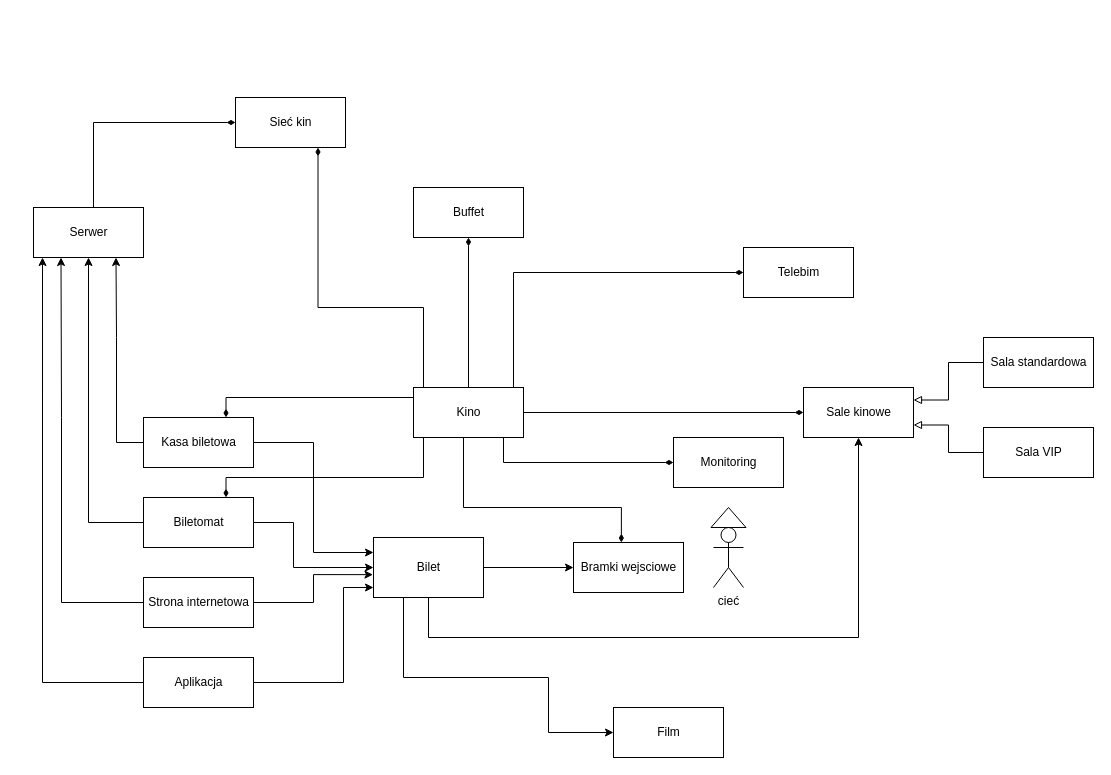
Earlier version of the draw.io diagram Model_otoczenia.drawio (MateuszKochanski/IPR). Source tidied: cells renumbered, new cells numbered last; positions are measured from the earlier drawing's top-left corner, leaving out a move shared by most shapes. Both pictures are drawn from the tidied source at 100%, with x=0, y=0 at pixel (33, 97).
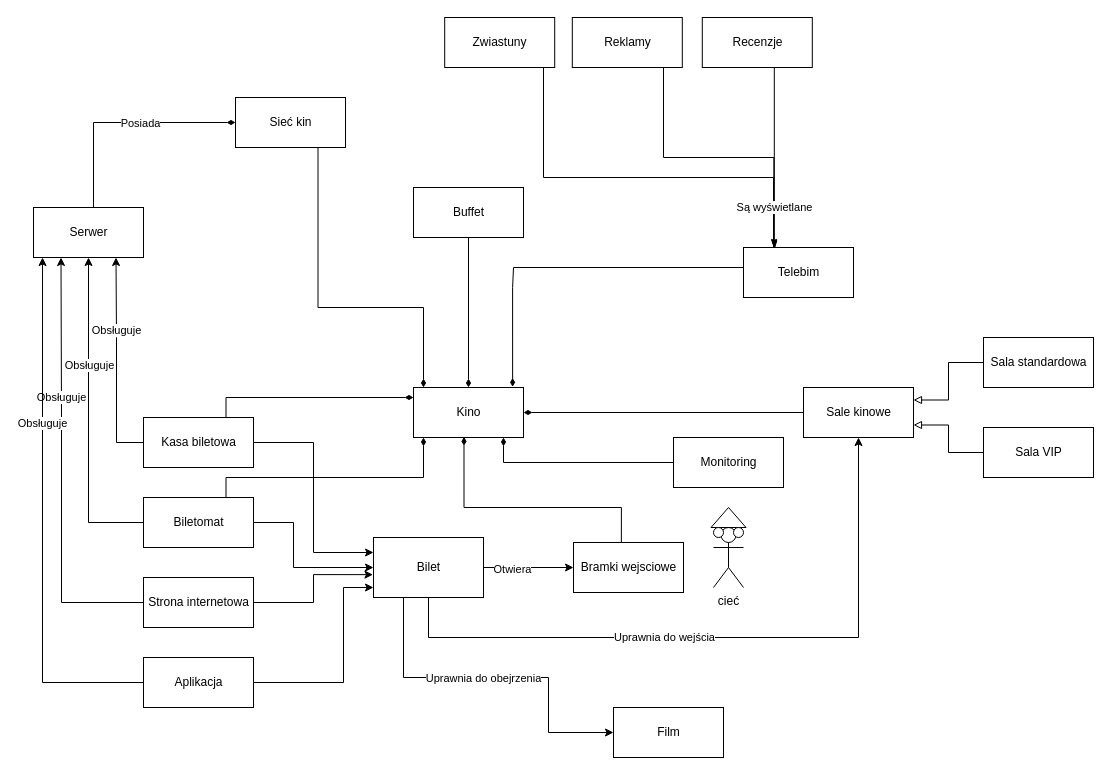
Above is the later version.

Commit message:
dodano napisy + co na telebimie

Unchanged cells that the change refers to:
```xml
<mxCell id="10" value="Kino" style="html=1;" parent="1" vertex="1">
  <mxGeometry x="380" y="290" width="110" height="50" as="geometry" />
</mxCell>
<mxCell id="11" value="Bramki wejsciowe" style="html=1;" parent="1" vertex="1">
  <mxGeometry x="540" y="445" width="110" height="50" as="geometry" />
</mxCell>
<mxCell id="13" style="edgeStyle=orthogonalEdgeStyle;rounded=0;jettySize=auto;html=1;entryX=0.75;entryY=1;entryDx=0;entryDy=0;endArrow=classic;endFill=1;" parent="1" edge="1" source="14" target="32">
  <mxGeometry relative="1" as="geometry">
    <Array as="points">
      <mxPoint x="83" y="345" />
      <mxPoint x="83" y="240" />
    </Array>
  </mxGeometry>
</mxCell>
<mxCell id="14" value="Kasa biletowa" style="html=1;" parent="1" vertex="1">
  <mxGeometry x="110" y="320" width="110" height="50" as="geometry" />
</mxCell>
<mxCell id="16" style="edgeStyle=orthogonalEdgeStyle;rounded=0;jettySize=auto;html=1;entryX=0.5;entryY=1;entryDx=0;entryDy=0;endArrow=classic;endFill=1;" parent="1" edge="1" source="17" target="32">
  <mxGeometry relative="1" as="geometry">
    <Array as="points">
      <mxPoint x="55" y="425" />
    </Array>
  </mxGeometry>
</mxCell>
<mxCell id="17" value="Biletomat" style="html=1;" parent="1" vertex="1">
  <mxGeometry x="110" y="400" width="110" height="50" as="geometry" />
</mxCell>
<mxCell id="18" value="Sale kinowe" style="html=1;" parent="1" vertex="1">
  <mxGeometry x="770" y="290" width="110" height="50" as="geometry" />
</mxCell>
<mxCell id="19" value="Telebim" style="html=1;" parent="1" vertex="1">
  <mxGeometry x="710" y="150" width="110" height="50" as="geometry" />
</mxCell>
<mxCell id="20" value="Monitoring" style="html=1;" parent="1" vertex="1">
  <mxGeometry x="640" y="340" width="110" height="50" as="geometry" />
</mxCell>
<mxCell id="26" style="edgeStyle=orthogonalEdgeStyle;rounded=0;jettySize=auto;html=1;exitX=1;exitY=0.5;exitDx=0;exitDy=0;" parent="1" edge="1" source="29" target="11">
  <mxGeometry relative="1" as="geometry" />
</mxCell>
<mxCell id="27" style="edgeStyle=orthogonalEdgeStyle;rounded=0;jettySize=auto;html=1;entryX=0.5;entryY=1;entryDx=0;entryDy=0;endArrow=classic;endFill=1;" parent="1" edge="1" source="29" target="18">
  <mxGeometry relative="1" as="geometry">
    <Array as="points">
      <mxPoint x="395" y="540" />
      <mxPoint x="825" y="540" />
    </Array>
  </mxGeometry>
</mxCell>
<mxCell id="28" style="edgeStyle=orthogonalEdgeStyle;rounded=0;jettySize=auto;html=1;entryX=0;entryY=0.5;entryDx=0;entryDy=0;endArrow=classic;endFill=1;" parent="1" edge="1" source="29" target="25">
  <mxGeometry relative="1" as="geometry">
    <Array as="points">
      <mxPoint x="370" y="580" />
      <mxPoint x="515" y="580" />
      <mxPoint x="515" y="635" />
    </Array>
  </mxGeometry>
</mxCell>
<mxCell id="30" value="Buffet" style="html=1;" parent="1" vertex="1">
  <mxGeometry x="380" y="90" width="110" height="50" as="geometry" />
</mxCell>
<mxCell id="31" style="edgeStyle=orthogonalEdgeStyle;rounded=0;jettySize=auto;html=1;entryX=0;entryY=0.5;entryDx=0;entryDy=0;endArrow=diamondThin;endFill=1;" parent="1" edge="1" source="32" target="33">
  <mxGeometry relative="1" as="geometry">
    <Array as="points">
      <mxPoint x="60" y="25" />
    </Array>
  </mxGeometry>
</mxCell>
<mxCell id="33" value="Sieć kin" style="html=1;" parent="1" vertex="1">
  <mxGeometry x="202" width="110" height="50" as="geometry" />
</mxCell>
<mxCell id="35" style="edgeStyle=orthogonalEdgeStyle;rounded=0;jettySize=auto;html=1;entryX=0.25;entryY=1;entryDx=0;entryDy=0;endArrow=classic;endFill=1;" parent="1" edge="1" source="36" target="32">
  <mxGeometry relative="1" as="geometry">
    <Array as="points">
      <mxPoint x="28" y="505" />
      <mxPoint x="28" y="320" />
    </Array>
  </mxGeometry>
</mxCell>
<mxCell id="38" style="edgeStyle=orthogonalEdgeStyle;rounded=0;jettySize=auto;html=1;entryX=0.082;entryY=1;entryDx=0;entryDy=0;entryPerimeter=0;endArrow=classic;endFill=1;" parent="1" edge="1" source="39" target="32">
  <mxGeometry relative="1" as="geometry">
    <Array as="points">
      <mxPoint x="9" y="585" />
    </Array>
  </mxGeometry>
</mxCell>
```

Change to the diagram source:
```diff
@@
-    <mxCell id="2" style="edgeStyle=orthogonalEdgeStyle;rounded=0;jettySize=auto;html=1;exitX=0.25;exitY=1;exitDx=0;exitDy=0;entryX=0.435;entryY=0;entryDx=0;entryDy=0;entryPerimeter=0;endArrow=diamondThin;endFill=1;" parent="1" edge="1" source="10" target="11">
+    <mxCell id="2" style="edgeStyle=orthogonalEdgeStyle;rounded=0;jettySize=auto;html=1;exitX=0.459;exitY=0.987;exitDx=0;exitDy=0;entryX=0.435;entryY=0;entryDx=0;entryDy=0;entryPerimeter=0;endArrow=none;endFill=0;startArrow=diamondThin;startFill=1;exitPerimeter=0;" parent="1" edge="1" source="10" target="11">
       <mxGeometry relative="1" as="geometry">
         <Array as="points">
-          <mxPoint x="430" y="340" />
-          <mxPoint x="430" y="410" />
+          <mxPoint x="431" y="410" />
           <mxPoint x="588" y="410" />
         </Array>
       </mxGeometry>
     </mxCell>
-    <mxCell id="3" style="edgeStyle=orthogonalEdgeStyle;rounded=0;jettySize=auto;html=1;exitX=1;exitY=0.5;exitDx=0;exitDy=0;entryX=0;entryY=0.5;entryDx=0;entryDy=0;endArrow=diamondThin;endFill=1;" parent="1" edge="1" source="10" target="18">
+    <mxCell id="3" style="edgeStyle=orthogonalEdgeStyle;rounded=0;jettySize=auto;html=1;exitX=1;exitY=0.5;exitDx=0;exitDy=0;entryX=0;entryY=0.5;entryDx=0;entryDy=0;endArrow=none;endFill=0;startArrow=diamondThin;startFill=1;" parent="1" edge="1" source="10" target="18">
       <mxGeometry relative="1" as="geometry" />
     </mxCell>
-    <mxCell id="4" style="edgeStyle=orthogonalEdgeStyle;rounded=0;jettySize=auto;html=1;exitX=0.5;exitY=0;exitDx=0;exitDy=0;entryX=0;entryY=0.5;entryDx=0;entryDy=0;endArrow=diamondThin;endFill=1;" parent="1" edge="1" source="10" target="19">
+    <mxCell id="4" style="edgeStyle=orthogonalEdgeStyle;rounded=0;jettySize=auto;html=1;entryX=0;entryY=0.5;entryDx=0;entryDy=0;endArrow=none;endFill=0;startArrow=diamondThin;startFill=1;exitX=0.901;exitY=-0.013;exitDx=0;exitDy=0;exitPerimeter=0;" parent="1" edge="1" source="10" target="19">
       <mxGeometry relative="1" as="geometry">
         <Array as="points">
-          <mxPoint x="480" y="290" />
-          <mxPoint x="480" y="175" />
+          <mxPoint x="479" y="190" />
+          <mxPoint x="480" y="190" />
+          <mxPoint x="480" y="170" />
+          <mxPoint x="710" y="170" />
         </Array>
       </mxGeometry>
     </mxCell>
-    <mxCell id="5" style="edgeStyle=orthogonalEdgeStyle;rounded=0;jettySize=auto;html=1;entryX=0.75;entryY=1;entryDx=0;entryDy=0;endArrow=diamondThin;endFill=1;" parent="1" edge="1" source="10" target="33">
+    <mxCell id="5" style="edgeStyle=orthogonalEdgeStyle;rounded=0;jettySize=auto;html=1;entryX=0.75;entryY=1;entryDx=0;entryDy=0;endArrow=none;endFill=0;startArrow=diamondThin;startFill=1;" parent="1" edge="1" source="10" target="33">
       <mxGeometry relative="1" as="geometry">
         <Array as="points">
           <mxPoint x="390" y="210" />
           <mxPoint x="285" y="210" />
         </Array>
       </mxGeometry>
     </mxCell>
-    <mxCell id="6" style="edgeStyle=orthogonalEdgeStyle;rounded=0;jettySize=auto;html=1;entryX=0.5;entryY=1;entryDx=0;entryDy=0;endArrow=diamondThin;endFill=1;" parent="1" edge="1" source="10" target="30">
+    <mxCell id="6" style="edgeStyle=orthogonalEdgeStyle;rounded=0;jettySize=auto;html=1;entryX=0.5;entryY=1;entryDx=0;entryDy=0;endArrow=none;endFill=0;startArrow=diamondThin;startFill=1;" parent="1" edge="1" source="10" target="30">
       <mxGeometry relative="1" as="geometry" />
     </mxCell>
-    <mxCell id="7" style="edgeStyle=orthogonalEdgeStyle;rounded=0;jettySize=auto;html=1;entryX=0.75;entryY=0;entryDx=0;entryDy=0;endArrow=diamondThin;endFill=1;" parent="1" edge="1" source="10" target="14">
+    <mxCell id="7" style="edgeStyle=orthogonalEdgeStyle;rounded=0;jettySize=auto;html=1;entryX=0.75;entryY=0;entryDx=0;entryDy=0;endArrow=none;endFill=0;startArrow=diamondThin;startFill=1;" parent="1" edge="1" source="10" target="14">
       <mxGeometry relative="1" as="geometry">
         <Array as="points">
           <mxPoint x="193" y="300" />
         </Array>
       </mxGeometry>
     </mxCell>
-    <mxCell id="8" style="edgeStyle=orthogonalEdgeStyle;rounded=0;jettySize=auto;html=1;entryX=0.75;entryY=0;entryDx=0;entryDy=0;endArrow=diamondThin;endFill=1;" parent="1" edge="1" source="10" target="17">
+    <mxCell id="8" style="edgeStyle=orthogonalEdgeStyle;rounded=0;jettySize=auto;html=1;entryX=0.75;entryY=0;entryDx=0;entryDy=0;endArrow=none;endFill=0;startArrow=diamondThin;startFill=1;" parent="1" edge="1" source="10" target="17">
       <mxGeometry relative="1" as="geometry">
         <Array as="points">
           <mxPoint x="390" y="380" />
           <mxPoint x="193" y="380" />
         </Array>
       </mxGeometry>
     </mxCell>
-    <mxCell id="9" style="edgeStyle=orthogonalEdgeStyle;rounded=0;jettySize=auto;html=1;entryX=0;entryY=0.5;entryDx=0;entryDy=0;endArrow=diamondThin;endFill=1;" parent="1" edge="1" source="10" target="20">
+    <mxCell id="9" style="edgeStyle=orthogonalEdgeStyle;rounded=0;jettySize=auto;html=1;entryX=0;entryY=0.5;entryDx=0;entryDy=0;endArrow=none;endFill=0;startArrow=diamondThin;startFill=1;" parent="1" edge="1" source="10" target="20">
       <mxGeometry relative="1" as="geometry">
         <Array as="points">
           <mxPoint x="470" y="365" />
         </Array>
       </mxGeometry>
     </mxCell>
@@
+    <mxCell id="42" value="Obsługuje" style="edgeLabel;html=1;align=center;verticalAlign=middle;" parent="13" vertex="1">
+      <mxGeometry x="0.32" relative="1" as="geometry" />
+    </mxCell>
@@
+    <mxCell id="43" value="Obsługuje" style="edgeLabel;html=1;align=center;verticalAlign=middle;" parent="16" vertex="1">
+      <mxGeometry x="0.33" relative="1" as="geometry" />
+    </mxCell>
@@
+    <mxCell id="44" style="edgeStyle=orthogonalEdgeStyle;rounded=0;jettySize=auto;html=1;startArrow=classicThin;startFill=1;endArrow=none;endFill=0;entryX=0.75;entryY=1;entryDx=0;entryDy=0;exitX=0.28;exitY=0.004;exitDx=0;exitDy=0;exitPerimeter=0;" parent="1" edge="1" source="19" target="58">
+      <mxGeometry relative="1" as="geometry">
+        <Array as="points">
+          <mxPoint x="741" y="-30" />
+        </Array>
+      </mxGeometry>
+    </mxCell>
+    <mxCell id="45" style="edgeStyle=orthogonalEdgeStyle;rounded=0;jettySize=auto;html=1;exitX=0.276;exitY=0;exitDx=0;exitDy=0;entryX=0.928;entryY=1;entryDx=0;entryDy=0;startArrow=classicThin;startFill=1;endArrow=none;endFill=0;exitPerimeter=0;entryPerimeter=0;" parent="1" edge="1" source="19" target="57">
+      <mxGeometry relative="1" as="geometry">
+        <Array as="points">
+          <mxPoint x="740" y="60" />
+          <mxPoint x="630" y="60" />
+          <mxPoint x="630" y="-30" />
+        </Array>
+      </mxGeometry>
+    </mxCell>
+    <mxCell id="46" style="edgeStyle=orthogonalEdgeStyle;rounded=0;jettySize=auto;html=1;exitX=0.283;exitY=0.027;exitDx=0;exitDy=0;entryX=0.75;entryY=1;entryDx=0;entryDy=0;startArrow=classicThin;startFill=1;endArrow=none;endFill=0;exitPerimeter=0;" parent="1" edge="1" source="19" target="56">
+      <mxGeometry relative="1" as="geometry">
+        <Array as="points">
+          <mxPoint x="741" y="150" />
+          <mxPoint x="740" y="150" />
+          <mxPoint x="740" y="80" />
+          <mxPoint x="510" y="80" />
+          <mxPoint x="510" y="-30" />
+        </Array>
+      </mxGeometry>
+    </mxCell>
+    <mxCell id="47" value="Są wyświetlane" style="edgeLabel;html=1;align=center;verticalAlign=middle;" parent="46" vertex="1">
+      <mxGeometry x="-0.8" relative="1" as="geometry" />
+    </mxCell>
@@
+    <mxCell id="48" value="Otwiera" style="edgeLabel;html=1;align=center;verticalAlign=middle;" parent="26" vertex="1">
+      <mxGeometry x="-0.37" y="-1" relative="1" as="geometry" />
+    </mxCell>
@@
+    <mxCell id="49" value="Uprawnia do wejścia" style="edgeLabel;html=1;align=center;verticalAlign=middle;" parent="27" vertex="1">
+      <mxGeometry x="-0.18" y="1" relative="1" as="geometry" />
+    </mxCell>
@@
+    <mxCell id="50" value="Uprawnia do obejrzenia" style="edgeLabel;html=1;align=center;verticalAlign=middle;" parent="28" vertex="1">
+      <mxGeometry x="-0.08" relative="1" as="geometry" />
+    </mxCell>
@@
+    <mxCell id="51" value="Posiada" style="edgeLabel;html=1;align=center;verticalAlign=middle;" parent="31" vertex="1">
+      <mxGeometry x="0.15" relative="1" as="geometry" />
+    </mxCell>
@@
+    <mxCell id="52" value="Obsługuje" style="edgeLabel;html=1;align=center;verticalAlign=middle;" parent="35" vertex="1">
+      <mxGeometry x="0.35" relative="1" as="geometry" />
+    </mxCell>
@@
+    <mxCell id="53" value="Obsługuje" style="edgeLabel;html=1;align=center;verticalAlign=middle;" parent="38" vertex="1">
+      <mxGeometry x="0.37" y="1" relative="1" as="geometry" />
+    </mxCell>
@@
+    <mxCell id="54" style="ellipse;whiteSpace=wrap;html=1;" parent="1" vertex="1">
+      <mxGeometry x="680" y="430" width="10" height="10" as="geometry" />
+    </mxCell>
+    <mxCell id="55" style="ellipse;whiteSpace=wrap;html=1;" parent="1" vertex="1">
+      <mxGeometry x="700" y="430" width="10" height="10" as="geometry" />
+    </mxCell>
+    <mxCell id="56" value="Zwiastuny" style="html=1;" parent="1" vertex="1">
+      <mxGeometry x="411.2" y="-80" width="110" height="50" as="geometry" />
+    </mxCell>
+    <mxCell id="57" value="Reklamy" style="html=1;" parent="1" vertex="1">
+      <mxGeometry x="538.8" y="-80" width="110" height="50" as="geometry" />
+    </mxCell>
+    <mxCell id="58" value="Recenzje" style="html=1;" parent="1" vertex="1">
+      <mxGeometry x="668.8" y="-80" width="110" height="50" as="geometry" />
+    </mxCell>
```
